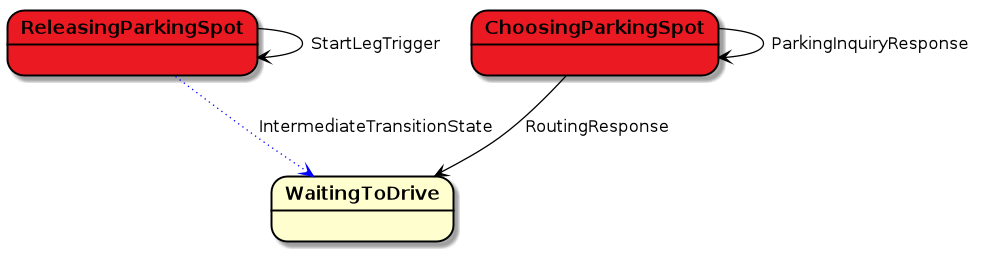
Earlier version of the PlantUML export docs/_static/uml/ChoosesParking.png (LBNL-UCB-STI/beam).
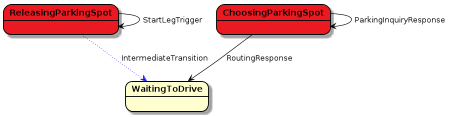
The same file after the commit.

The edit, as a diff of the source:
```diff
@@ -10,7 +10,7 @@
 state ChoosingParkingSpot #eb1921
 
 ReleasingParkingSpot --> ReleasingParkingSpot: StartLegTrigger
-ReleasingParkingSpot -[#blue,dotted]-> WaitingToDrive: IntermediateTransitionState
+ReleasingParkingSpot -[#blue,dotted]-> WaitingToDrive: IntermediateTransition
 ChoosingParkingSpot --> ChoosingParkingSpot : ParkingInquiryResponse
 ChoosingParkingSpot --> WaitingToDrive : RoutingResponse
 
```
